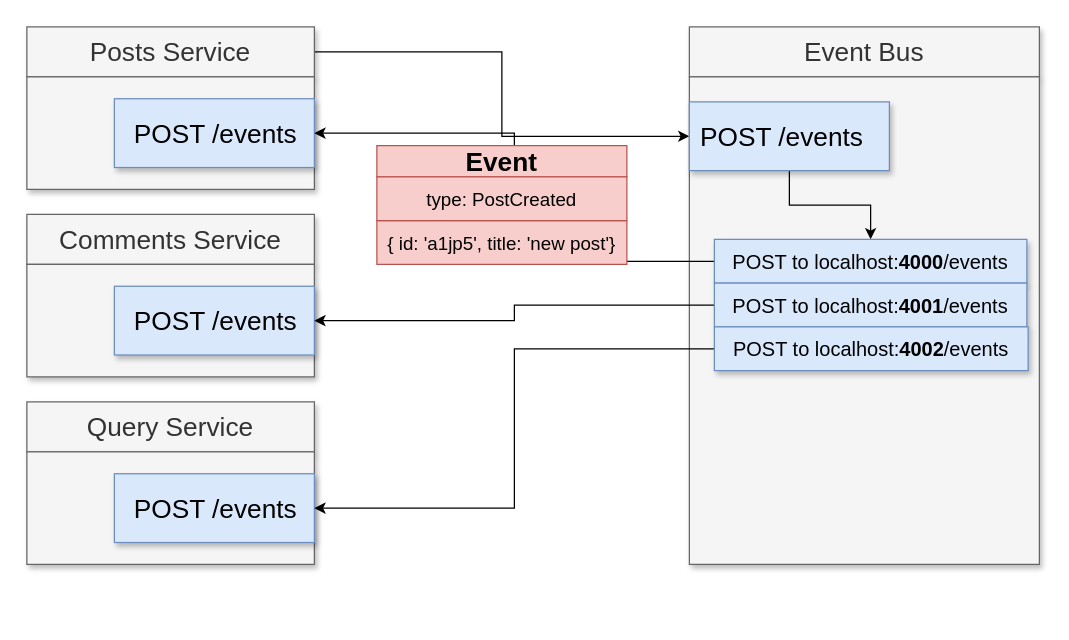
The draw.io diagram page "03 - bus" (5 of 15) of diagrams/02/02.drawio in HappySuzuki/microservices-cast, before the edit. Source tidied: cells renumbered, new cells numbered last; positions are measured from the earlier drawing's top-left corner, leaving out a move shared by most shapes. Both pictures are drawn from the tidied source at 125%, with x=0, y=0 at pixel (26, 26).
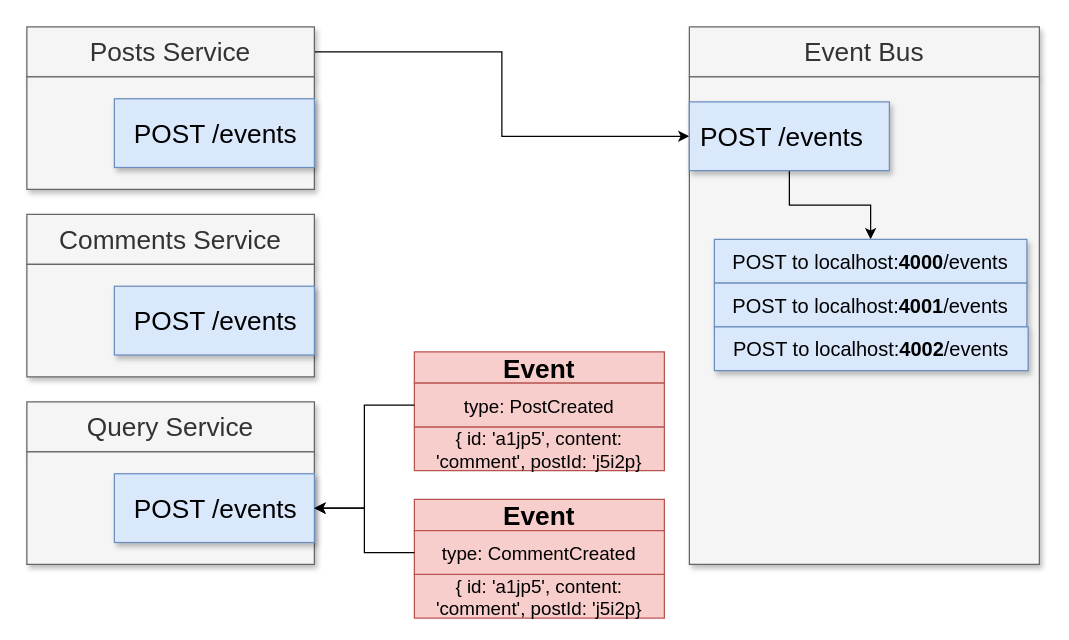
After the change.

Unchanged cells that the change refers to:
```xml
<mxCell id="3" value="Posts Service" style="rounded=0;whiteSpace=wrap;html=1;shadow=1;fontSize=21;align=center;fillColor=#f5f5f5;strokeColor=#666666;fontColor=#333333;fontStyle=0;" parent="1" vertex="1">
  <mxGeometry width="230" height="40" as="geometry" />
</mxCell>
<mxCell id="5" value="POST /events&amp;nbsp;&amp;nbsp;" style="whiteSpace=wrap;html=1;rounded=0;shadow=1;fontSize=21;align=right;fillColor=#dae8fc;strokeColor=#6c8ebf;fontStyle=0;" parent="1" vertex="1">
  <mxGeometry x="70" y="57.5" width="160" height="55" as="geometry" />
</mxCell>
<mxCell id="8" value="POST /events&amp;nbsp;&amp;nbsp;" style="whiteSpace=wrap;html=1;rounded=0;shadow=1;fontSize=21;align=right;fillColor=#dae8fc;strokeColor=#6c8ebf;fontStyle=0;" parent="1" vertex="1">
  <mxGeometry x="70" y="207.5" width="160" height="55" as="geometry" />
</mxCell>
<mxCell id="11" value="POST /events&amp;nbsp;&amp;nbsp;" style="whiteSpace=wrap;html=1;rounded=0;shadow=1;fontSize=21;align=right;fillColor=#dae8fc;strokeColor=#6c8ebf;fontStyle=0;" parent="1" vertex="1">
  <mxGeometry x="70" y="357.5" width="160" height="55" as="geometry" />
</mxCell>
<mxCell id="16" value="POST /events&amp;nbsp;&amp;nbsp;" style="whiteSpace=wrap;html=1;rounded=0;shadow=1;fontSize=21;align=center;fillColor=#dae8fc;strokeColor=#6c8ebf;fontStyle=0;" parent="1" vertex="1">
  <mxGeometry x="530" y="60" width="160" height="55" as="geometry" />
</mxCell>
<mxCell id="18" value="POST to localhost:&lt;b&gt;4000&lt;/b&gt;/events" style="whiteSpace=wrap;html=1;rounded=0;shadow=1;fontSize=16;align=center;fillColor=#dae8fc;strokeColor=#6c8ebf;fontStyle=0;" parent="1" vertex="1">
  <mxGeometry x="550" y="170" width="250" height="35" as="geometry" />
</mxCell>
<mxCell id="20" value="POST to localhost:&lt;b&gt;4001&lt;/b&gt;/events" style="whiteSpace=wrap;html=1;rounded=0;shadow=1;fontSize=16;align=center;fillColor=#dae8fc;strokeColor=#6c8ebf;fontStyle=0;" parent="1" vertex="1">
  <mxGeometry x="550" y="205" width="250" height="35" as="geometry" />
</mxCell>
<mxCell id="22" value="POST to localhost:&lt;b&gt;4002&lt;/b&gt;/events" style="whiteSpace=wrap;html=1;rounded=0;shadow=1;fontSize=16;align=center;fillColor=#dae8fc;strokeColor=#6c8ebf;fontStyle=0;" parent="1" vertex="1">
  <mxGeometry x="550" y="240" width="251" height="35" as="geometry" />
</mxCell>
<mxCell id="24" style="group;" parent="23" vertex="1">
  <mxGeometry width="200" height="95" as="geometry" />
</mxCell>
```

The edit, as a diff of the source:
```diff
@@
-    <mxCell id="2" style="edgeStyle=orthogonalEdgeStyle;rounded=0;jettySize=auto;html=1;exitX=1;exitY=0.5;exitDx=0;exitDy=0;entryX=0;entryY=0.5;entryDx=0;entryDy=0;fontSize=16;" parent="1" edge="1" source="3" target="16">
+    <mxCell id="2" style="edgeStyle=orthogonalEdgeStyle;rounded=0;jettySize=auto;html=1;exitX=1;exitY=0.5;exitDx=0;exitDy=0;entryX=0;entryY=0.5;entryDx=0;entryDy=0;" parent="1" edge="1" source="3" target="16">
       <mxGeometry relative="1" as="geometry" />
     </mxCell>
@@
-    <mxCell id="17" style="edgeStyle=orthogonalEdgeStyle;rounded=0;jettySize=auto;html=1;exitX=0;exitY=0.5;exitDx=0;exitDy=0;entryX=1;entryY=0.5;entryDx=0;entryDy=0;fontSize=16;" parent="1" edge="1" source="18" target="5">
-      <mxGeometry relative="1" as="geometry" />
-    </mxCell>
@@
-    <mxCell id="19" style="edgeStyle=orthogonalEdgeStyle;rounded=0;jettySize=auto;html=1;exitX=0;exitY=0.5;exitDx=0;exitDy=0;entryX=1;entryY=0.5;entryDx=0;entryDy=0;fontSize=16;" parent="1" edge="1" source="20" target="8">
-      <mxGeometry relative="1" as="geometry" />
-    </mxCell>
@@
-    <mxCell id="21" style="edgeStyle=orthogonalEdgeStyle;rounded=0;jettySize=auto;html=1;exitX=0;exitY=0.5;exitDx=0;exitDy=0;entryX=1;entryY=0.5;entryDx=0;entryDy=0;fontSize=16;" parent="1" edge="1" source="22" target="11">
-      <mxGeometry relative="1" as="geometry" />
-    </mxCell>
@@
     <mxCell id="23" style="group;" parent="1" vertex="1">
-      <mxGeometry x="280" y="95" width="200" height="95" as="geometry" />
+      <mxGeometry x="310" y="378" width="200" height="95" as="geometry" />
     </mxCell>
@@
-    <mxCell id="25" value="&lt;font style=&quot;font-size: 15px;&quot;&gt;{ id: 'a1jp5', title: 'new post'}&lt;/font&gt;" style="rounded=0;whiteSpace=wrap;html=1;shadow=0;fontSize=15;fillColor=#f8cecc;strokeColor=#b85450;" parent="24" vertex="1">
+    <mxCell id="25" value="&lt;font style=&quot;font-size: 15px&quot;&gt;{ id: 'a1jp5', content: 'comment', postId: 'j5i2p}&lt;/font&gt;" style="rounded=0;whiteSpace=wrap;html=1;shadow=0;fontSize=15;fillColor=#f8cecc;strokeColor=#b85450;" parent="24" vertex="1">
       <mxGeometry y="60" width="200" height="35" as="geometry" />
     </mxCell>
@@
-    <mxCell id="27" value="&lt;span style=&quot;font-size: 15px;&quot;&gt;type: PostCreated&lt;/span&gt;" style="rounded=0;whiteSpace=wrap;html=1;shadow=0;fontSize=15;fillColor=#f8cecc;strokeColor=#b85450;fontStyle=0;" parent="24" vertex="1">
+    <mxCell id="27" value="&lt;span style=&quot;font-size: 15px&quot;&gt;type: CommentCreated&lt;/span&gt;" style="rounded=0;whiteSpace=wrap;html=1;shadow=0;fontSize=15;fillColor=#f8cecc;strokeColor=#b85450;fontStyle=0;" parent="24" vertex="1">
       <mxGeometry y="25" width="200" height="35" as="geometry" />
     </mxCell>
+    <mxCell id="28" style="group;" parent="1" vertex="1">
+      <mxGeometry x="310" y="260" width="200" height="95" as="geometry" />
+    </mxCell>
+    <mxCell id="29" style="group;" parent="28" vertex="1">
+      <mxGeometry width="200" height="95" as="geometry" />
+    </mxCell>
+    <mxCell id="30" value="&lt;font style=&quot;font-size: 15px&quot;&gt;{ id: 'a1jp5', content: 'comment', postId: 'j5i2p}&lt;/font&gt;" style="rounded=0;whiteSpace=wrap;html=1;shadow=0;fontSize=15;fillColor=#f8cecc;strokeColor=#b85450;" parent="29" vertex="1">
+      <mxGeometry y="60" width="200" height="35" as="geometry" />
+    </mxCell>
+    <mxCell id="31" value="&lt;b&gt;Event&lt;/b&gt;" style="rounded=0;whiteSpace=wrap;html=1;shadow=0;fontSize=21;fillColor=#f8cecc;strokeColor=#b85450;" parent="29" vertex="1">
+      <mxGeometry width="200" height="25" as="geometry" />
+    </mxCell>
+    <mxCell id="32" value="&lt;span style=&quot;font-size: 15px&quot;&gt;type: PostCreated&lt;/span&gt;" style="rounded=0;whiteSpace=wrap;html=1;shadow=0;fontSize=15;fillColor=#f8cecc;strokeColor=#b85450;fontStyle=0;" parent="29" vertex="1">
+      <mxGeometry y="25" width="200" height="35" as="geometry" />
+    </mxCell>
+    <mxCell id="33" style="edgeStyle=orthogonalEdgeStyle;rounded=0;jettySize=auto;html=1;exitX=0;exitY=0.5;exitDx=0;exitDy=0;entryX=1;entryY=0.5;entryDx=0;entryDy=0;" parent="1" edge="1" source="32" target="11">
+      <mxGeometry relative="1" as="geometry" />
+    </mxCell>
+    <mxCell id="34" style="edgeStyle=orthogonalEdgeStyle;rounded=0;jettySize=auto;html=1;exitX=0;exitY=0.5;exitDx=0;exitDy=0;" parent="1" edge="1" source="27" target="11">
+      <mxGeometry relative="1" as="geometry" />
+    </mxCell>
```
